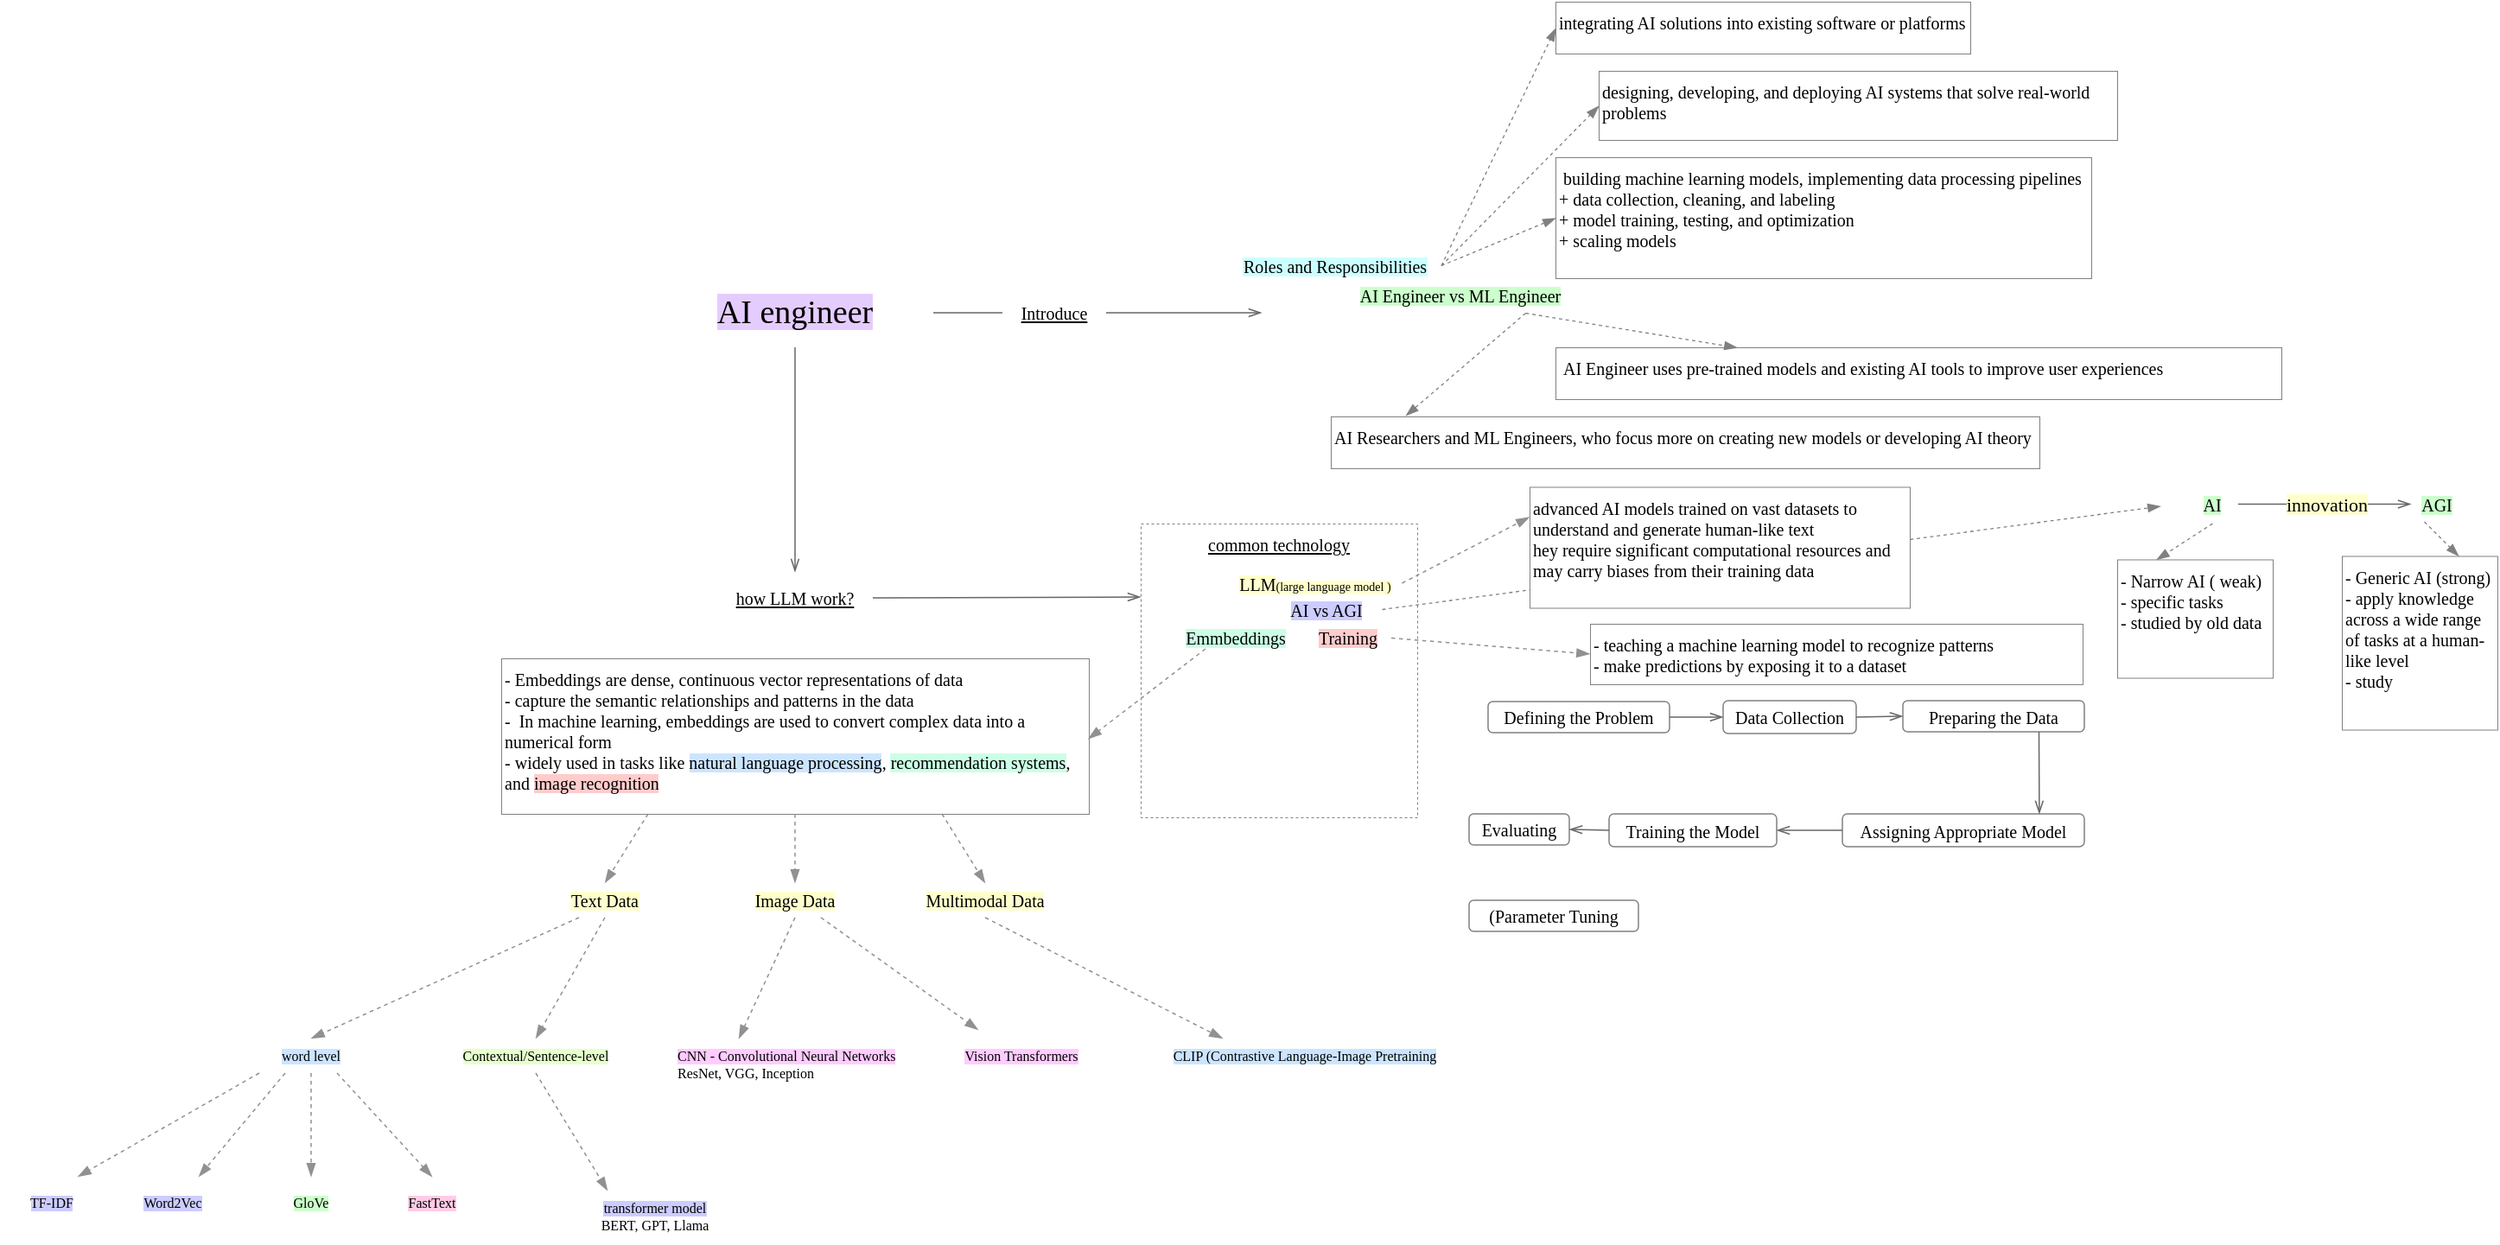
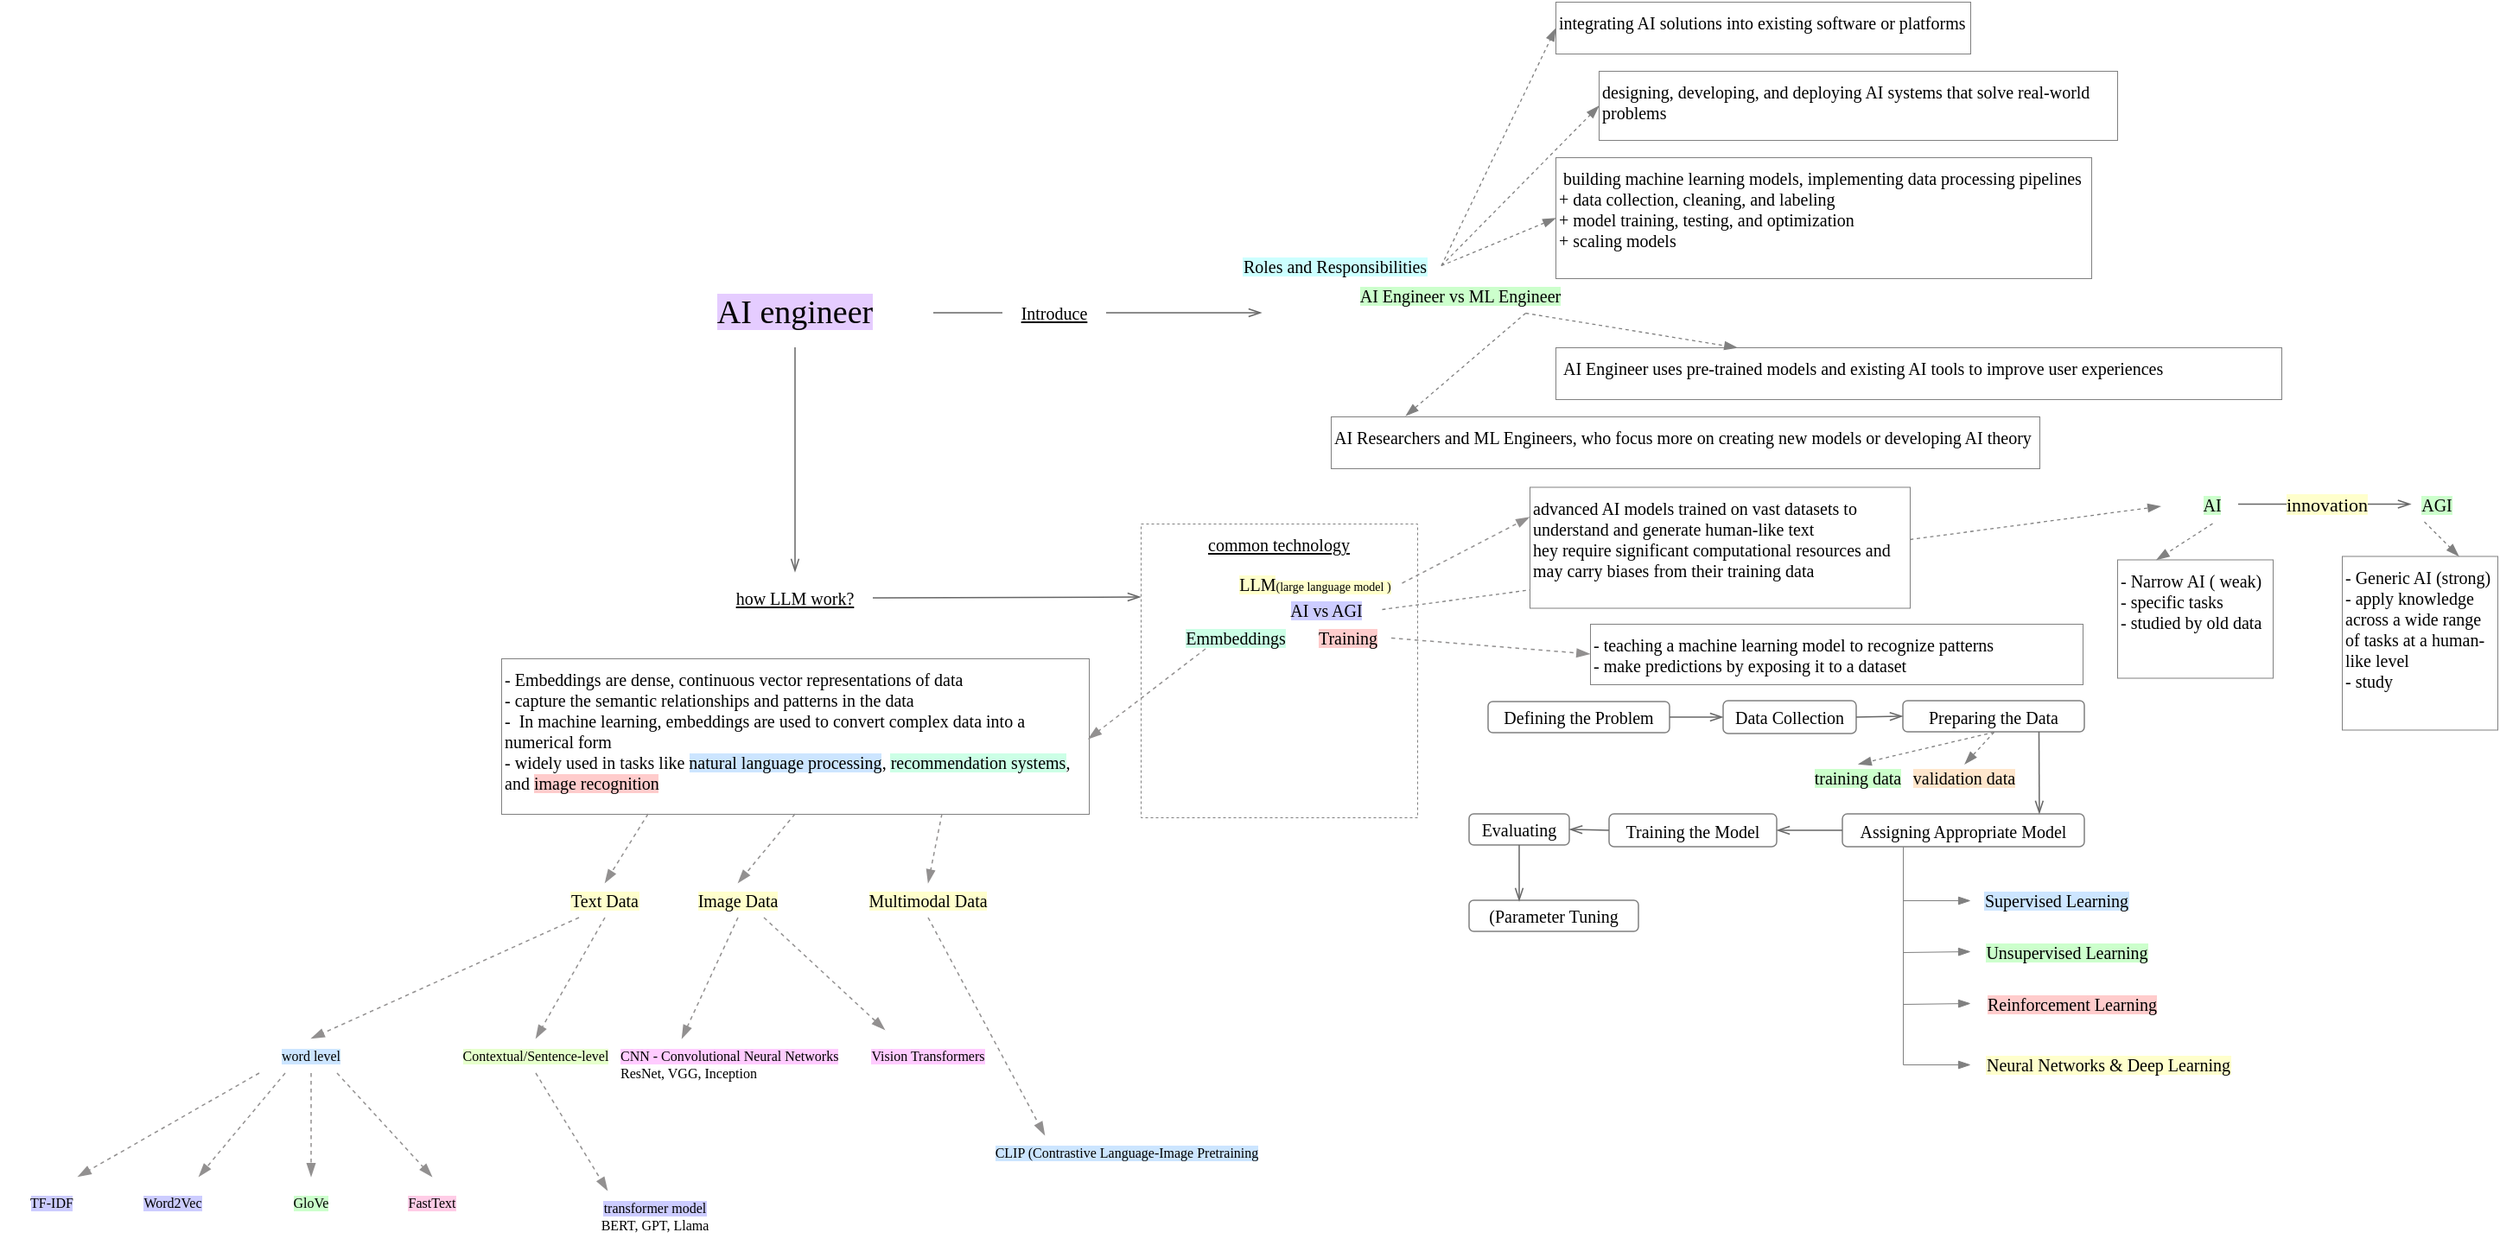
<mxfile host="app.diagrams.net" agent="Mozilla/5.0 (Macintosh; Intel Mac OS X 10_15_7) AppleWebKit/537.36 (KHTML, like Gecko) draw.io/29.3.0 Chrome/140.0.7339.249 Electron/38.7.2 Safari/537.36">
  <diagram name="Page-1" id="n3nyEJ4kgbD7jWuKOy95">
-     <mxGraphModel dx="365" dy="164" grid="0" gridSize="10" guides="1" tooltips="1" connect="1" arrows="1" fold="1" page="1" pageScale="1" pageWidth="827" pageHeight="1169" math="0" shadow="0">
+     <mxGraphModel dx="425" dy="190" grid="1" gridSize="10" guides="1" tooltips="1" connect="1" arrows="1" fold="1" page="1" pageScale="1" pageWidth="827" pageHeight="1169" math="0" shadow="0">
      <root>
        <mxCell id="0" />
        <mxCell id="1" parent="0" />
        <mxCell id="48Jv2C9wjBzbgeSbcpPr-1" parent="1" style="text;html=1;whiteSpace=wrap;strokeColor=none;fillColor=none;align=center;verticalAlign=middle;rounded=0;fontFamily=Comic Sans MS;fontSize=19;" value="&lt;span style=&quot;background-color: rgb(229, 204, 255);&quot;&gt;AI engineer&lt;/span&gt;" vertex="1">
          <mxGeometry height="40" width="160" x="400" y="360" as="geometry" />
        </mxCell>
        <mxCell id="48Jv2C9wjBzbgeSbcpPr-3" parent="1" style="text;html=1;whiteSpace=wrap;strokeColor=none;fillColor=none;align=center;verticalAlign=middle;rounded=0;fontFamily=Comic Sans MS;fontSize=10;fontStyle=4" value="how LLM work?" vertex="1">
          <mxGeometry height="30" width="90" x="435" y="530" as="geometry" />
        </mxCell>
        <mxCell id="48Jv2C9wjBzbgeSbcpPr-6" edge="1" parent="1" source="48Jv2C9wjBzbgeSbcpPr-1" style="endArrow=openThin;html=1;rounded=0;strokeWidth=0.75;endFill=0;strokeColor=#666666;exitX=0.5;exitY=1;exitDx=0;exitDy=0;entryX=0.5;entryY=0;entryDx=0;entryDy=0;fontFamily=Comic Sans MS;" target="48Jv2C9wjBzbgeSbcpPr-3" value="">
          <mxGeometry height="50" relative="1" width="50" as="geometry">
            <mxPoint x="390" y="450" as="sourcePoint" />
            <mxPoint x="440" y="400" as="targetPoint" />
          </mxGeometry>
        </mxCell>
        <mxCell id="48Jv2C9wjBzbgeSbcpPr-8" parent="1" style="text;html=1;whiteSpace=wrap;strokeColor=none;fillColor=none;align=center;verticalAlign=middle;rounded=0;fontFamily=Comic Sans MS;fontSize=10;fontStyle=4" value="Introduce" vertex="1">
          <mxGeometry height="30" width="60" x="600" y="365" as="geometry" />
        </mxCell>
        <mxCell id="48Jv2C9wjBzbgeSbcpPr-9" edge="1" parent="1" source="48Jv2C9wjBzbgeSbcpPr-1" style="endArrow=none;html=1;rounded=0;strokeWidth=0.75;endFill=0;strokeColor=#666666;entryX=0;entryY=0.5;entryDx=0;entryDy=0;exitX=1;exitY=0.5;exitDx=0;exitDy=0;fontFamily=Comic Sans MS;" target="48Jv2C9wjBzbgeSbcpPr-8" value="">
          <mxGeometry height="50" relative="1" width="50" as="geometry">
            <mxPoint x="390" y="450" as="sourcePoint" />
            <mxPoint x="440" y="400" as="targetPoint" />
          </mxGeometry>
        </mxCell>
        <mxCell id="48Jv2C9wjBzbgeSbcpPr-11" edge="1" parent="1" source="48Jv2C9wjBzbgeSbcpPr-8" style="endArrow=openThin;html=1;rounded=0;strokeWidth=0.75;endFill=0;strokeColor=#666666;exitX=1;exitY=0.5;exitDx=0;exitDy=0;fontFamily=Comic Sans MS;" value="">
          <mxGeometry height="50" relative="1" width="50" as="geometry">
            <mxPoint x="590" y="450" as="sourcePoint" />
            <mxPoint x="750" y="380" as="targetPoint" />
          </mxGeometry>
        </mxCell>
        <mxCell id="48Jv2C9wjBzbgeSbcpPr-13" parent="1" style="text;html=1;whiteSpace=wrap;strokeColor=none;fillColor=none;align=center;verticalAlign=middle;rounded=0;fontFamily=Comic Sans MS;fontSize=10;" value="&lt;div&gt;&lt;span style=&quot;background-color: rgb(204, 255, 255);&quot;&gt;Roles and Responsibilities&lt;/span&gt;&lt;/div&gt;" vertex="1">
          <mxGeometry height="15" width="122.5" x="731.25" y="345" as="geometry" />
        </mxCell>
        <mxCell id="48Jv2C9wjBzbgeSbcpPr-14" parent="1" style="rounded=0;whiteSpace=wrap;html=1;fontFamily=Comic Sans MS;strokeWidth=0.5;strokeColor=#808080;align=left;verticalAlign=top;fontSize=10;" value="designing, developing, and deploying AI systems that solve real-world problems" vertex="1">
          <mxGeometry height="40" width="300" x="945" y="240" as="geometry" />
        </mxCell>
        <mxCell id="48Jv2C9wjBzbgeSbcpPr-15" parent="1" style="rounded=0;whiteSpace=wrap;html=1;fontFamily=Comic Sans MS;strokeWidth=0.5;strokeColor=#808080;align=left;verticalAlign=top;fontSize=10;" value="&amp;nbsp;building machine learning models, implementing data processing pipelines&lt;div&gt;+&amp;nbsp;data collection, cleaning, and labeling&lt;/div&gt;&lt;div&gt;+&amp;nbsp;model training, testing, and optimization&lt;/div&gt;&lt;div&gt;+&amp;nbsp;scaling models&lt;/div&gt;" vertex="1">
          <mxGeometry height="70" width="310" x="920" y="290" as="geometry" />
        </mxCell>
        <mxCell id="48Jv2C9wjBzbgeSbcpPr-16" parent="1" style="rounded=0;whiteSpace=wrap;html=1;fontFamily=Comic Sans MS;strokeWidth=0.5;strokeColor=#808080;align=left;verticalAlign=top;fontSize=10;" value="integrating AI solutions into existing software or platforms" vertex="1">
          <mxGeometry height="30" width="240" x="920" y="200" as="geometry" />
        </mxCell>
        <mxCell id="48Jv2C9wjBzbgeSbcpPr-17" edge="1" parent="1" source="48Jv2C9wjBzbgeSbcpPr-13" style="endArrow=blockThin;html=1;rounded=0;strokeColor=#808080;endFill=1;strokeWidth=0.65;exitX=1;exitY=0.5;exitDx=0;exitDy=0;entryX=0;entryY=0.5;entryDx=0;entryDy=0;dashed=1;fontFamily=Comic Sans MS;" target="48Jv2C9wjBzbgeSbcpPr-15" value="">
          <mxGeometry height="50" relative="1" width="50" as="geometry">
            <mxPoint x="945" y="330" as="sourcePoint" />
            <mxPoint x="920" y="290" as="targetPoint" />
          </mxGeometry>
        </mxCell>
        <mxCell id="48Jv2C9wjBzbgeSbcpPr-18" edge="1" parent="1" source="48Jv2C9wjBzbgeSbcpPr-13" style="endArrow=blockThin;html=1;rounded=0;strokeColor=#808080;endFill=1;strokeWidth=0.65;exitX=1;exitY=0.5;exitDx=0;exitDy=0;entryX=0;entryY=0.5;entryDx=0;entryDy=0;dashed=1;fontFamily=Comic Sans MS;" target="48Jv2C9wjBzbgeSbcpPr-14" value="">
          <mxGeometry height="50" relative="1" width="50" as="geometry">
            <mxPoint x="945" y="330" as="sourcePoint" />
            <mxPoint x="920" y="290" as="targetPoint" />
          </mxGeometry>
        </mxCell>
        <mxCell id="48Jv2C9wjBzbgeSbcpPr-19" edge="1" parent="1" source="48Jv2C9wjBzbgeSbcpPr-13" style="endArrow=blockThin;html=1;rounded=0;strokeColor=#808080;endFill=1;strokeWidth=0.65;exitX=1;exitY=0.5;exitDx=0;exitDy=0;entryX=0;entryY=0.5;entryDx=0;entryDy=0;dashed=1;fontFamily=Comic Sans MS;" target="48Jv2C9wjBzbgeSbcpPr-16" value="">
          <mxGeometry height="50" relative="1" width="50" as="geometry">
            <mxPoint x="945" y="330" as="sourcePoint" />
            <mxPoint x="920" y="290" as="targetPoint" />
          </mxGeometry>
        </mxCell>
        <mxCell id="48Jv2C9wjBzbgeSbcpPr-20" parent="1" style="text;html=1;whiteSpace=wrap;strokeColor=none;fillColor=none;align=center;verticalAlign=middle;rounded=0;fontFamily=Comic Sans MS;fontSize=10;" value="&lt;span style=&quot;background-color: rgb(204, 255, 204);&quot;&gt;AI Engineer vs ML Engineer&lt;/span&gt;" vertex="1">
          <mxGeometry height="20" width="150" x="790" y="360" as="geometry" />
        </mxCell>
        <mxCell id="48Jv2C9wjBzbgeSbcpPr-21" parent="1" style="rounded=0;whiteSpace=wrap;html=1;fontFamily=Comic Sans MS;strokeWidth=0.5;strokeColor=#808080;align=left;verticalAlign=top;fontSize=10;" value="&amp;nbsp;AI Engineer uses pre-trained models and existing AI tools to improve user experiences" vertex="1">
          <mxGeometry height="30" width="420" x="920" y="400" as="geometry" />
        </mxCell>
        <mxCell id="48Jv2C9wjBzbgeSbcpPr-22" parent="1" style="rounded=0;whiteSpace=wrap;html=1;fontFamily=Comic Sans MS;strokeWidth=0.5;strokeColor=#808080;align=left;verticalAlign=top;fontSize=10;" value="AI Researchers and ML Engineers, who focus more on creating new models or developing AI theory" vertex="1">
          <mxGeometry height="30" width="410" x="790" y="440" as="geometry" />
        </mxCell>
        <mxCell id="48Jv2C9wjBzbgeSbcpPr-23" edge="1" parent="1" source="48Jv2C9wjBzbgeSbcpPr-20" style="endArrow=blockThin;html=1;rounded=0;strokeColor=#808080;endFill=1;strokeWidth=0.65;exitX=0.75;exitY=1;exitDx=0;exitDy=0;entryX=0.25;entryY=0;entryDx=0;entryDy=0;dashed=1;fontFamily=Comic Sans MS;" target="48Jv2C9wjBzbgeSbcpPr-21" value="">
          <mxGeometry height="50" relative="1" width="50" as="geometry">
            <mxPoint x="705" y="330" as="sourcePoint" />
            <mxPoint x="680" y="290" as="targetPoint" />
          </mxGeometry>
        </mxCell>
        <mxCell id="48Jv2C9wjBzbgeSbcpPr-24" edge="1" parent="1" source="48Jv2C9wjBzbgeSbcpPr-20" style="endArrow=blockThin;html=1;rounded=0;strokeColor=#808080;endFill=1;strokeWidth=0.65;exitX=0.75;exitY=1;exitDx=0;exitDy=0;entryX=0.105;entryY=-0.017;entryDx=0;entryDy=0;dashed=1;entryPerimeter=0;fontFamily=Comic Sans MS;" target="48Jv2C9wjBzbgeSbcpPr-22" value="">
          <mxGeometry height="50" relative="1" width="50" as="geometry">
            <mxPoint x="705" y="330" as="sourcePoint" />
            <mxPoint x="680" y="290" as="targetPoint" />
          </mxGeometry>
        </mxCell>
        <mxCell id="48Jv2C9wjBzbgeSbcpPr-25" parent="1" style="rounded=0;whiteSpace=wrap;html=1;fontFamily=Comic Sans MS;strokeWidth=0.5;strokeColor=#808080;align=center;verticalAlign=top;fontSize=10;dashed=1;" value="&lt;u&gt;common technology&lt;/u&gt;&lt;div&gt;&lt;br&gt;&lt;/div&gt;" vertex="1">
          <mxGeometry height="170" width="160" x="680" y="502" as="geometry" />
        </mxCell>
        <mxCell id="48Jv2C9wjBzbgeSbcpPr-27" parent="1" style="text;html=1;whiteSpace=wrap;strokeColor=none;fillColor=none;align=center;verticalAlign=middle;rounded=0;fontFamily=Comic Sans MS;fontSize=10;" value="&lt;span&gt;&lt;span style=&quot;background-color: light-dark(rgb(204, 204, 255), rgb(0, 43, 0));&quot;&gt;AI vs AGI&lt;/span&gt;&lt;br&gt;&lt;/span&gt;" vertex="1">
          <mxGeometry height="10" width="65" x="754.5" y="546.5" as="geometry" />
        </mxCell>
        <mxCell id="48Jv2C9wjBzbgeSbcpPr-28" edge="1" parent="1" source="48Jv2C9wjBzbgeSbcpPr-3" style="endArrow=openThin;html=1;rounded=0;strokeWidth=0.75;endFill=0;strokeColor=#666666;exitX=1;exitY=0.5;exitDx=0;exitDy=0;entryX=0;entryY=0.25;entryDx=0;entryDy=0;fontFamily=Comic Sans MS;" target="48Jv2C9wjBzbgeSbcpPr-25" value="">
          <mxGeometry height="50" relative="1" width="50" as="geometry">
            <mxPoint x="670" y="630" as="sourcePoint" />
            <mxPoint x="720" y="580" as="targetPoint" />
          </mxGeometry>
        </mxCell>
        <mxCell id="48Jv2C9wjBzbgeSbcpPr-31" edge="1" parent="1" source="48Jv2C9wjBzbgeSbcpPr-27" style="endArrow=blockThin;html=1;rounded=0;strokeColor=#808080;endFill=1;strokeWidth=0.65;exitX=1;exitY=0.5;exitDx=0;exitDy=0;dashed=1;fontFamily=Comic Sans MS;entryX=0;entryY=0.5;entryDx=0;entryDy=0;" value="">
          <mxGeometry height="50" relative="1" width="50" as="geometry">
            <mxPoint x="810" y="536" as="sourcePoint" />
            <mxPoint x="1270" y="491.7500000000001" as="targetPoint" />
          </mxGeometry>
        </mxCell>
        <mxCell id="48Jv2C9wjBzbgeSbcpPr-32" parent="1" style="text;html=1;whiteSpace=wrap;strokeColor=none;fillColor=none;align=center;verticalAlign=middle;rounded=0;fontFamily=Comic Sans MS;fontSize=10;" value="&lt;span style=&quot;background-color: rgb(204, 255, 204);&quot;&gt;&lt;span style=&quot;background-color: light-dark(rgb(204, 255, 204), rgb(0, 43, 0));&quot;&gt;AI&lt;/span&gt;&lt;br&gt;&lt;/span&gt;" vertex="1">
          <mxGeometry height="22" width="30" x="1285" y="479.75" as="geometry" />
        </mxCell>
        <mxCell id="48Jv2C9wjBzbgeSbcpPr-34" parent="1" style="text;html=1;whiteSpace=wrap;strokeColor=none;fillColor=none;align=center;verticalAlign=middle;rounded=0;fontFamily=Comic Sans MS;fontSize=10;" value="&lt;span style=&quot;background-color: rgb(204, 255, 204);&quot;&gt;AGI&lt;/span&gt;" vertex="1">
          <mxGeometry height="20" width="30" x="1415" y="480.75" as="geometry" />
        </mxCell>
        <mxCell id="48Jv2C9wjBzbgeSbcpPr-35" edge="1" parent="1" source="48Jv2C9wjBzbgeSbcpPr-32" style="endArrow=openThin;html=1;rounded=0;strokeWidth=0.75;endFill=0;strokeColor=#666666;exitX=1;exitY=0.5;exitDx=0;exitDy=0;fontFamily=Comic Sans MS;" target="48Jv2C9wjBzbgeSbcpPr-34" value="">
          <mxGeometry height="50" relative="1" width="50" as="geometry">
            <mxPoint x="1325" y="612.75" as="sourcePoint" />
            <mxPoint x="1375" y="562.75" as="targetPoint" />
          </mxGeometry>
        </mxCell>
        <mxCell id="48Jv2C9wjBzbgeSbcpPr-36" connectable="0" parent="48Jv2C9wjBzbgeSbcpPr-35" style="edgeLabel;html=1;align=center;verticalAlign=middle;resizable=0;points=[];fontFamily=Comic Sans MS;" value="&lt;span style=&quot;background-color: rgb(255, 255, 204);&quot;&gt;innovation&lt;/span&gt;" vertex="1">
          <mxGeometry relative="1" x="-0.312" as="geometry">
            <mxPoint x="16" as="offset" />
          </mxGeometry>
        </mxCell>
        <mxCell id="48Jv2C9wjBzbgeSbcpPr-37" parent="1" style="rounded=0;whiteSpace=wrap;html=1;fontFamily=Comic Sans MS;strokeWidth=0.5;strokeColor=#808080;align=left;verticalAlign=top;fontSize=10;" value="- Narrow AI ( weak)&lt;div&gt;-&amp;nbsp;specific tasks&lt;/div&gt;&lt;div&gt;- studied by old data&lt;/div&gt;" vertex="1">
          <mxGeometry height="68.5" width="90" x="1245" y="522.75" as="geometry" />
        </mxCell>
        <mxCell id="48Jv2C9wjBzbgeSbcpPr-38" parent="1" style="rounded=0;whiteSpace=wrap;html=1;fontFamily=Comic Sans MS;strokeWidth=0.5;strokeColor=#808080;align=left;verticalAlign=top;fontSize=10;" value="- Generic AI (strong)&lt;div&gt;-&amp;nbsp;apply knowledge across a wide range of tasks at a human-like level&lt;/div&gt;&lt;div&gt;- study&amp;nbsp;&lt;/div&gt;" vertex="1">
          <mxGeometry height="100.5" width="90" x="1375" y="520.75" as="geometry" />
        </mxCell>
        <mxCell id="48Jv2C9wjBzbgeSbcpPr-39" edge="1" parent="1" source="48Jv2C9wjBzbgeSbcpPr-34" style="endArrow=blockThin;html=1;rounded=0;strokeColor=#808080;endFill=1;strokeWidth=0.65;exitX=0.25;exitY=1;exitDx=0;exitDy=0;entryX=0.75;entryY=0;entryDx=0;entryDy=0;dashed=1;" target="48Jv2C9wjBzbgeSbcpPr-38" value="">
          <mxGeometry height="50" relative="1" width="50" as="geometry">
            <mxPoint x="1390" y="580.75" as="sourcePoint" />
            <mxPoint x="1365" y="540.75" as="targetPoint" />
          </mxGeometry>
        </mxCell>
        <mxCell id="48Jv2C9wjBzbgeSbcpPr-41" edge="1" parent="1" source="48Jv2C9wjBzbgeSbcpPr-32" style="endArrow=blockThin;html=1;rounded=0;strokeColor=#808080;endFill=1;strokeWidth=0.65;exitX=0.5;exitY=1;exitDx=0;exitDy=0;entryX=0.25;entryY=0;entryDx=0;entryDy=0;dashed=1;" target="48Jv2C9wjBzbgeSbcpPr-37" value="">
          <mxGeometry height="50" relative="1" width="50" as="geometry">
            <mxPoint x="1390" y="582.75" as="sourcePoint" />
            <mxPoint x="1365" y="542.75" as="targetPoint" />
          </mxGeometry>
        </mxCell>
        <mxCell id="4Kx2ZGOmUHy-jwn0eLsE-1" parent="1" style="text;html=1;whiteSpace=wrap;strokeColor=none;fillColor=none;align=center;verticalAlign=middle;rounded=0;" value="&lt;font face=&quot;Comic Sans MS&quot; style=&quot;background-color: rgb(255, 255, 204); font-size: 10px;&quot;&gt;LLM&lt;/font&gt;&lt;span style=&quot;background-color: rgb(255, 255, 204); font-size: 7px; font-family: &amp;quot;Comic Sans MS&amp;quot;; color: light-dark(rgb(0, 0, 0), rgb(255, 255, 255));&quot;&gt;(large language model )&lt;/span&gt;" vertex="1">
          <mxGeometry height="20" width="100" x="731.25" y="526.5" as="geometry" />
        </mxCell>
        <mxCell id="4Kx2ZGOmUHy-jwn0eLsE-2" parent="1" style="rounded=0;whiteSpace=wrap;html=1;align=left;verticalAlign=top;fontFamily=Comic Sans MS;strokeWidth=0.5;fontSize=10;strokeColor=#808080;" value="&lt;div&gt;&lt;div&gt;&lt;span style=&quot;background-color: transparent;&quot;&gt;advanced AI models trained on vast datasets to understand and generate human-like text&lt;/span&gt;&lt;/div&gt;&lt;/div&gt;&lt;div&gt;&lt;span style=&quot;background-color: transparent;&quot;&gt;hey require significant computational resources and may carry biases from their training data&lt;/span&gt;&lt;/div&gt;" vertex="1">
          <mxGeometry height="70" width="220" x="905" y="480.75" as="geometry" />
        </mxCell>
        <mxCell id="4Kx2ZGOmUHy-jwn0eLsE-3" edge="1" parent="1" source="4Kx2ZGOmUHy-jwn0eLsE-1" style="endArrow=blockThin;html=1;rounded=0;endFill=1;strokeColor=light-dark(#929090, #ededed);strokeWidth=0.75;dashed=1;exitX=1;exitY=0.5;exitDx=0;exitDy=0;entryX=0;entryY=0.25;entryDx=0;entryDy=0;" target="4Kx2ZGOmUHy-jwn0eLsE-2" value="">
          <mxGeometry height="50" relative="1" width="50" as="geometry">
            <mxPoint x="710" y="550" as="sourcePoint" />
            <mxPoint x="760" y="500" as="targetPoint" />
          </mxGeometry>
        </mxCell>
        <mxCell id="4Kx2ZGOmUHy-jwn0eLsE-4" parent="1" style="text;html=1;whiteSpace=wrap;strokeColor=none;fillColor=none;align=center;verticalAlign=middle;rounded=0;fontFamily=Comic Sans MS;fontSize=10;" value="&lt;span&gt;&lt;span style=&quot;background-color: light-dark(rgb(204, 255, 230), rgb(0, 43, 0));&quot;&gt;Emmbeddings&lt;/span&gt;&lt;br&gt;&lt;/span&gt;" vertex="1">
          <mxGeometry height="14" width="70" x="700" y="560.5" as="geometry" />
        </mxCell>
        <mxCell id="4Kx2ZGOmUHy-jwn0eLsE-5" parent="1" style="rounded=0;whiteSpace=wrap;html=1;align=left;verticalAlign=top;fontFamily=Comic Sans MS;strokeWidth=0.5;fontSize=10;strokeColor=#808080;" value="&lt;div&gt;&lt;div&gt;&lt;span style=&quot;background-color: transparent;&quot;&gt;- Embeddings are dense, continuous vector representations of data&lt;/span&gt;&lt;/div&gt;&lt;/div&gt;&lt;div&gt;&lt;span style=&quot;background-color: transparent;&quot;&gt;-&amp;nbsp;&lt;/span&gt;&lt;span style=&quot;background-color: transparent;&quot;&gt;capture the semantic relationships and patterns in the data&lt;/span&gt;&lt;/div&gt;&lt;div&gt;&lt;span style=&quot;background-color: transparent;&quot;&gt;-&amp;nbsp;&lt;/span&gt;&lt;span style=&quot;background-color: transparent;&quot;&gt;&amp;nbsp;In machine learning, embeddings are used to convert complex data into a numerical form&lt;/span&gt;&lt;/div&gt;&lt;div&gt;&lt;span style=&quot;background-color: transparent;&quot;&gt;-&amp;nbsp;&lt;/span&gt;&lt;span style=&quot;background-color: transparent;&quot;&gt;widely used in tasks like &lt;/span&gt;&lt;span style=&quot;background-color: rgb(204, 229, 255);&quot;&gt;natural language processing&lt;/span&gt;&lt;span style=&quot;background-color: transparent;&quot;&gt;, &lt;/span&gt;&lt;span style=&quot;background-color: rgb(204, 255, 230);&quot;&gt;recommendation systems&lt;/span&gt;&lt;span style=&quot;background-color: transparent;&quot;&gt;, and &lt;/span&gt;&lt;span style=&quot;background-color: rgb(255, 204, 204);&quot;&gt;image recognition&lt;/span&gt;&lt;/div&gt;" vertex="1">
          <mxGeometry height="90" width="340" x="310" y="580" as="geometry" />
        </mxCell>
        <mxCell id="4Kx2ZGOmUHy-jwn0eLsE-6" parent="1" style="text;html=1;whiteSpace=wrap;strokeColor=none;fillColor=none;align=center;verticalAlign=middle;rounded=0;fontSize=10;" value="&lt;font face=&quot;Comic Sans MS&quot; style=&quot;background-color: rgb(255, 204, 204);&quot;&gt;Training&lt;/font&gt;" vertex="1">
          <mxGeometry height="13.5" width="50" x="775" y="561.5" as="geometry" />
        </mxCell>
        <mxCell id="4Kx2ZGOmUHy-jwn0eLsE-7" edge="1" parent="1" source="4Kx2ZGOmUHy-jwn0eLsE-4" style="endArrow=blockThin;html=1;rounded=0;endFill=1;strokeColor=light-dark(#929090, #ededed);strokeWidth=0.75;dashed=1;exitX=0.25;exitY=1;exitDx=0;exitDy=0;entryX=0.999;entryY=0.518;entryDx=0;entryDy=0;entryPerimeter=0;" target="4Kx2ZGOmUHy-jwn0eLsE-5" value="">
          <mxGeometry height="50" relative="1" width="50" as="geometry">
            <mxPoint x="620" y="640" as="sourcePoint" />
            <mxPoint x="670" y="590" as="targetPoint" />
          </mxGeometry>
        </mxCell>
        <mxCell id="4Kx2ZGOmUHy-jwn0eLsE-8" parent="1" style="rounded=0;whiteSpace=wrap;html=1;align=left;verticalAlign=top;fontFamily=Comic Sans MS;strokeWidth=0.5;fontSize=10;strokeColor=#808080;" value="&lt;div&gt;&lt;span style=&quot;background-color: transparent; color: light-dark(rgb(0, 0, 0), rgb(255, 255, 255));&quot;&gt;-&amp;nbsp;teaching a machine learning model to recognize patterns&lt;/span&gt;&lt;/div&gt;&lt;div&gt;-&amp;nbsp;make predictions by exposing it to a dataset&lt;/div&gt;" vertex="1">
          <mxGeometry height="35" width="285" x="940" y="560" as="geometry" />
        </mxCell>
        <mxCell id="4Kx2ZGOmUHy-jwn0eLsE-10" edge="1" parent="1" source="4Kx2ZGOmUHy-jwn0eLsE-6" style="endArrow=blockThin;html=1;rounded=0;endFill=1;strokeColor=light-dark(#929090, #ededed);strokeWidth=0.75;dashed=1;exitX=1;exitY=0.5;exitDx=0;exitDy=0;entryX=0;entryY=0.5;entryDx=0;entryDy=0;" target="4Kx2ZGOmUHy-jwn0eLsE-8" value="">
          <mxGeometry height="50" relative="1" width="50" as="geometry">
            <mxPoint x="950" y="590" as="sourcePoint" />
            <mxPoint x="1000" y="540" as="targetPoint" />
          </mxGeometry>
        </mxCell>
        <mxCell id="4Kx2ZGOmUHy-jwn0eLsE-11" parent="1" style="text;html=1;whiteSpace=wrap;strokeColor=none;fillColor=none;align=center;verticalAlign=middle;rounded=0;fontSize=10;" value="&lt;font face=&quot;Comic Sans MS&quot; style=&quot;background-color: rgb(255, 255, 204);&quot;&gt;Text Data&lt;/font&gt;" vertex="1">
          <mxGeometry height="20" width="60" x="340" y="710" as="geometry" />
        </mxCell>
        <mxCell id="4Kx2ZGOmUHy-jwn0eLsE-12" parent="1" style="text;html=1;whiteSpace=wrap;strokeColor=none;fillColor=none;align=center;verticalAlign=middle;rounded=0;fontSize=10;" value="&lt;font face=&quot;Comic Sans MS&quot; style=&quot;background-color: rgb(255, 255, 204);&quot;&gt;Image Data&lt;/font&gt;" vertex="1">
-           <mxGeometry height="20" width="60" x="450" y="710" as="geometry" />
+           <mxGeometry height="20" width="60" x="417" y="710" as="geometry" />
        </mxCell>
        <mxCell id="4Kx2ZGOmUHy-jwn0eLsE-13" parent="1" style="text;html=1;whiteSpace=wrap;strokeColor=none;fillColor=none;align=center;verticalAlign=middle;rounded=0;fontSize=10;" value="&lt;font face=&quot;Comic Sans MS&quot; style=&quot;background-color: rgb(255, 255, 204);&quot;&gt;Multimodal&amp;nbsp;Data&lt;/font&gt;" vertex="1">
-           <mxGeometry height="20" width="60" x="560" y="710" as="geometry" />
+           <mxGeometry height="20" width="60" x="527" y="710" as="geometry" />
        </mxCell>
        <mxCell id="4Kx2ZGOmUHy-jwn0eLsE-14" edge="1" parent="1" source="4Kx2ZGOmUHy-jwn0eLsE-5" style="endArrow=blockThin;html=1;rounded=0;endFill=1;strokeColor=light-dark(#929090, #ededed);strokeWidth=0.75;dashed=1;entryX=0.5;entryY=0;entryDx=0;entryDy=0;exitX=0.75;exitY=1;exitDx=0;exitDy=0;" target="4Kx2ZGOmUHy-jwn0eLsE-13" value="">
          <mxGeometry height="50" relative="1" width="50" as="geometry">
            <mxPoint x="410" y="700" as="sourcePoint" />
            <mxPoint x="460" y="650" as="targetPoint" />
          </mxGeometry>
        </mxCell>
        <mxCell id="4Kx2ZGOmUHy-jwn0eLsE-15" edge="1" parent="1" source="4Kx2ZGOmUHy-jwn0eLsE-5" style="endArrow=blockThin;html=1;rounded=0;endFill=1;strokeColor=light-dark(#929090, #ededed);strokeWidth=0.75;dashed=1;entryX=0.5;entryY=0;entryDx=0;entryDy=0;exitX=0.5;exitY=1;exitDx=0;exitDy=0;" target="4Kx2ZGOmUHy-jwn0eLsE-12" value="">
          <mxGeometry height="50" relative="1" width="50" as="geometry">
            <mxPoint x="410" y="700" as="sourcePoint" />
            <mxPoint x="460" y="650" as="targetPoint" />
          </mxGeometry>
        </mxCell>
        <mxCell id="4Kx2ZGOmUHy-jwn0eLsE-16" edge="1" parent="1" source="4Kx2ZGOmUHy-jwn0eLsE-5" style="endArrow=blockThin;html=1;rounded=0;endFill=1;strokeColor=light-dark(#929090, #ededed);strokeWidth=0.75;dashed=1;entryX=0.5;entryY=0;entryDx=0;entryDy=0;exitX=0.25;exitY=1;exitDx=0;exitDy=0;" target="4Kx2ZGOmUHy-jwn0eLsE-11" value="">
          <mxGeometry height="50" relative="1" width="50" as="geometry">
            <mxPoint x="410" y="700" as="sourcePoint" />
            <mxPoint x="460" y="650" as="targetPoint" />
          </mxGeometry>
        </mxCell>
        <mxCell id="4Kx2ZGOmUHy-jwn0eLsE-17" parent="1" style="text;html=1;whiteSpace=wrap;strokeColor=none;fillColor=none;align=center;verticalAlign=middle;rounded=0;fontSize=8;" value="&lt;font face=&quot;Comic Sans MS&quot; style=&quot;background-color: rgb(204, 229, 255);&quot;&gt;word level&lt;/font&gt;" vertex="1">
          <mxGeometry height="20" width="60" x="170" y="800" as="geometry" />
        </mxCell>
        <mxCell id="4Kx2ZGOmUHy-jwn0eLsE-18" parent="1" style="text;html=1;whiteSpace=wrap;strokeColor=none;fillColor=none;align=center;verticalAlign=middle;rounded=0;fontSize=8;fontStyle=0" value="&lt;font face=&quot;Comic Sans MS&quot; style=&quot;background-color: rgb(204, 204, 255);&quot;&gt;Word2Vec&lt;/font&gt;" vertex="1">
          <mxGeometry height="30" width="60" x="90" y="879.9999999999995" as="geometry" />
        </mxCell>
        <mxCell id="4Kx2ZGOmUHy-jwn0eLsE-19" parent="1" style="text;html=1;whiteSpace=wrap;strokeColor=none;fillColor=none;align=center;verticalAlign=middle;rounded=0;fontSize=8;fontStyle=0" value="&lt;font face=&quot;Comic Sans MS&quot; style=&quot;background-color: rgb(204, 255, 204);&quot;&gt;GloVe&lt;/font&gt;" vertex="1">
          <mxGeometry height="30" width="60" x="170" y="879.9999999999995" as="geometry" />
        </mxCell>
        <mxCell id="4Kx2ZGOmUHy-jwn0eLsE-20" parent="1" style="text;html=1;whiteSpace=wrap;strokeColor=none;fillColor=none;align=center;verticalAlign=middle;rounded=0;fontSize=8;fontStyle=0" value="&lt;font face=&quot;Comic Sans MS&quot; style=&quot;background-color: rgb(255, 204, 230);&quot;&gt;FastText&lt;/font&gt;" vertex="1">
          <mxGeometry height="30" width="60" x="240" y="879.9999999999995" as="geometry" />
        </mxCell>
        <mxCell id="4Kx2ZGOmUHy-jwn0eLsE-21" edge="1" parent="1" source="4Kx2ZGOmUHy-jwn0eLsE-17" style="endArrow=blockThin;html=1;rounded=0;endFill=1;strokeColor=light-dark(#929090, #ededed);strokeWidth=0.75;dashed=1;exitX=0.75;exitY=1;exitDx=0;exitDy=0;entryX=0.5;entryY=0;entryDx=0;entryDy=0;fontSize=8;" target="4Kx2ZGOmUHy-jwn0eLsE-20" value="">
          <mxGeometry height="50" relative="1" width="50" as="geometry">
            <mxPoint x="270" y="840" as="sourcePoint" />
            <mxPoint x="320" y="790" as="targetPoint" />
          </mxGeometry>
        </mxCell>
        <mxCell id="4Kx2ZGOmUHy-jwn0eLsE-22" edge="1" parent="1" source="4Kx2ZGOmUHy-jwn0eLsE-17" style="endArrow=blockThin;html=1;rounded=0;endFill=1;strokeColor=light-dark(#929090, #ededed);strokeWidth=0.75;dashed=1;exitX=0.5;exitY=1;exitDx=0;exitDy=0;fontSize=8;" target="4Kx2ZGOmUHy-jwn0eLsE-19" value="">
          <mxGeometry height="50" relative="1" width="50" as="geometry">
            <mxPoint x="240" y="840" as="sourcePoint" />
            <mxPoint x="295" y="900" as="targetPoint" />
          </mxGeometry>
        </mxCell>
        <mxCell id="4Kx2ZGOmUHy-jwn0eLsE-23" edge="1" parent="1" source="4Kx2ZGOmUHy-jwn0eLsE-17" style="endArrow=blockThin;html=1;rounded=0;endFill=1;strokeColor=light-dark(#929090, #ededed);strokeWidth=0.75;dashed=1;exitX=0.25;exitY=1;exitDx=0;exitDy=0;entryX=0.75;entryY=0;entryDx=0;entryDy=0;fontSize=8;" target="4Kx2ZGOmUHy-jwn0eLsE-18" value="">
          <mxGeometry height="50" relative="1" width="50" as="geometry">
            <mxPoint x="190" y="830" as="sourcePoint" />
            <mxPoint x="190" y="890" as="targetPoint" />
          </mxGeometry>
        </mxCell>
        <mxCell id="4Kx2ZGOmUHy-jwn0eLsE-24" parent="1" style="text;html=1;whiteSpace=wrap;strokeColor=none;fillColor=none;align=center;verticalAlign=middle;rounded=0;fontSize=8;" value="&lt;font face=&quot;Comic Sans MS&quot; style=&quot;background-color: rgb(230, 255, 204);&quot;&gt;Contextual/Sentence-level&lt;/font&gt;" vertex="1">
          <mxGeometry height="20" width="140" x="260" y="800" as="geometry" />
        </mxCell>
        <mxCell id="4Kx2ZGOmUHy-jwn0eLsE-25" parent="1" style="text;html=1;whiteSpace=wrap;strokeColor=none;fillColor=none;align=center;verticalAlign=middle;rounded=0;fontSize=8;" value="&lt;font face=&quot;Comic Sans MS&quot;&gt;&lt;span style=&quot;background-color: rgb(204, 204, 255);&quot;&gt;transformer model&lt;/span&gt;&lt;br&gt;&lt;font&gt;BERT, GPT, Llama&lt;/font&gt;&lt;/font&gt;" vertex="1">
          <mxGeometry height="30" width="110" x="344" y="888" as="geometry" />
        </mxCell>
        <mxCell id="4Kx2ZGOmUHy-jwn0eLsE-26" edge="1" parent="1" source="4Kx2ZGOmUHy-jwn0eLsE-24" style="endArrow=blockThin;html=1;rounded=0;endFill=1;strokeColor=light-dark(#929090, #ededed);strokeWidth=0.75;dashed=1;entryX=0.25;entryY=0;entryDx=0;entryDy=0;exitX=0.5;exitY=1;exitDx=0;exitDy=0;fontSize=8;" target="4Kx2ZGOmUHy-jwn0eLsE-25" value="">
          <mxGeometry height="50" relative="1" width="50" as="geometry">
            <mxPoint x="360" y="890" as="sourcePoint" />
            <mxPoint x="410" y="840" as="targetPoint" />
          </mxGeometry>
        </mxCell>
        <mxCell id="4Kx2ZGOmUHy-jwn0eLsE-27" edge="1" parent="1" source="4Kx2ZGOmUHy-jwn0eLsE-11" style="endArrow=blockThin;html=1;rounded=0;endFill=1;strokeColor=light-dark(#929090, #ededed);strokeWidth=0.75;dashed=1;exitX=0.25;exitY=1;exitDx=0;exitDy=0;entryX=0.5;entryY=0;entryDx=0;entryDy=0;" target="4Kx2ZGOmUHy-jwn0eLsE-17" value="">
          <mxGeometry height="50" relative="1" width="50" as="geometry">
            <mxPoint x="330" y="900" as="sourcePoint" />
            <mxPoint x="380" y="850" as="targetPoint" />
          </mxGeometry>
        </mxCell>
        <mxCell id="4Kx2ZGOmUHy-jwn0eLsE-28" edge="1" parent="1" source="4Kx2ZGOmUHy-jwn0eLsE-11" style="endArrow=blockThin;html=1;rounded=0;endFill=1;strokeColor=light-dark(#929090, #ededed);strokeWidth=0.75;dashed=1;entryX=0.5;entryY=0;entryDx=0;entryDy=0;exitX=0.5;exitY=1;exitDx=0;exitDy=0;" target="4Kx2ZGOmUHy-jwn0eLsE-24" value="">
          <mxGeometry height="50" relative="1" width="50" as="geometry">
            <mxPoint x="330" y="900" as="sourcePoint" />
            <mxPoint x="380" y="850" as="targetPoint" />
          </mxGeometry>
        </mxCell>
        <mxCell id="4Kx2ZGOmUHy-jwn0eLsE-29" parent="1" style="text;html=1;whiteSpace=wrap;strokeColor=none;fillColor=none;align=left;verticalAlign=middle;rounded=0;fontSize=8;" value="&lt;font face=&quot;Comic Sans MS&quot;&gt;&lt;span style=&quot;background-color: rgb(255, 204, 255);&quot;&gt;CNN - Convolutional Neural Networks&lt;/span&gt;&lt;br&gt;&lt;span&gt;ResNet, VGG, Inception&lt;/span&gt;&lt;/font&gt;" vertex="1">
-           <mxGeometry height="30" width="150" x="410" y="800" as="geometry" />
+           <mxGeometry height="30" width="150" x="377" y="800" as="geometry" />
        </mxCell>
        <mxCell id="4Kx2ZGOmUHy-jwn0eLsE-30" parent="1" style="text;html=1;whiteSpace=wrap;strokeColor=none;fillColor=none;align=center;verticalAlign=middle;rounded=0;fontSize=8;" value="&lt;font face=&quot;Comic Sans MS&quot; style=&quot;background-color: rgb(255, 204, 255);&quot;&gt;Vision Transformers&lt;/font&gt;" vertex="1">
-           <mxGeometry height="30" width="100" x="561" y="795" as="geometry" />
+           <mxGeometry height="30" width="100" x="507" y="795" as="geometry" />
        </mxCell>
        <mxCell id="4Kx2ZGOmUHy-jwn0eLsE-31" edge="1" parent="1" source="4Kx2ZGOmUHy-jwn0eLsE-12" style="endArrow=blockThin;html=1;rounded=0;endFill=1;strokeColor=light-dark(#929090, #ededed);strokeWidth=0.75;dashed=1;exitX=0.5;exitY=1;exitDx=0;exitDy=0;entryX=0.25;entryY=0;entryDx=0;entryDy=0;" target="4Kx2ZGOmUHy-jwn0eLsE-29" value="">
          <mxGeometry height="50" relative="1" width="50" as="geometry">
-             <mxPoint x="400" y="890" as="sourcePoint" />
-             <mxPoint x="450" y="840" as="targetPoint" />
+             <mxPoint x="367" y="890" as="sourcePoint" />
+             <mxPoint x="417" y="840" as="targetPoint" />
          </mxGeometry>
        </mxCell>
        <mxCell id="4Kx2ZGOmUHy-jwn0eLsE-32" edge="1" parent="1" source="4Kx2ZGOmUHy-jwn0eLsE-12" style="endArrow=blockThin;html=1;rounded=0;endFill=1;strokeColor=light-dark(#929090, #ededed);strokeWidth=0.75;dashed=1;entryX=0.25;entryY=0;entryDx=0;entryDy=0;exitX=0.75;exitY=1;exitDx=0;exitDy=0;" target="4Kx2ZGOmUHy-jwn0eLsE-30" value="">
          <mxGeometry height="50" relative="1" width="50" as="geometry">
-             <mxPoint x="400" y="890" as="sourcePoint" />
-             <mxPoint x="450" y="840" as="targetPoint" />
+             <mxPoint x="367" y="890" as="sourcePoint" />
+             <mxPoint x="417" y="840" as="targetPoint" />
          </mxGeometry>
        </mxCell>
        <mxCell id="4Kx2ZGOmUHy-jwn0eLsE-33" parent="1" style="text;html=1;whiteSpace=wrap;strokeColor=none;fillColor=none;align=center;verticalAlign=middle;rounded=0;fontSize=8;" value="&lt;font face=&quot;Comic Sans MS&quot; style=&quot;background-color: rgb(204, 229, 255);&quot;&gt;CLIP (Contrastive Language-Image Pretraining&lt;/font&gt;" vertex="1">
-           <mxGeometry height="20" width="190" x="680" y="800" as="geometry" />
+           <mxGeometry height="20" width="190" x="577" y="856" as="geometry" />
        </mxCell>
        <mxCell id="4Kx2ZGOmUHy-jwn0eLsE-34" edge="1" parent="1" source="4Kx2ZGOmUHy-jwn0eLsE-13" style="endArrow=blockThin;html=1;rounded=0;endFill=1;strokeColor=light-dark(#929090, #ededed);strokeWidth=0.75;dashed=1;entryX=0.25;entryY=0;entryDx=0;entryDy=0;exitX=0.5;exitY=1;exitDx=0;exitDy=0;" target="4Kx2ZGOmUHy-jwn0eLsE-33" value="">
          <mxGeometry height="50" relative="1" width="50" as="geometry">
-             <mxPoint x="380" y="780" as="sourcePoint" />
-             <mxPoint x="430" y="730" as="targetPoint" />
+             <mxPoint x="347" y="780" as="sourcePoint" />
+             <mxPoint x="397" y="730" as="targetPoint" />
          </mxGeometry>
        </mxCell>
        <mxCell id="4Kx2ZGOmUHy-jwn0eLsE-35" parent="1" style="text;html=1;whiteSpace=wrap;strokeColor=none;fillColor=none;align=center;verticalAlign=middle;rounded=0;fontSize=8;fontStyle=0" value="&lt;font face=&quot;Comic Sans MS&quot; style=&quot;background-color: rgb(204, 204, 255);&quot;&gt;TF-IDF&lt;/font&gt;" vertex="1">
          <mxGeometry height="30" width="60" x="20" y="880" as="geometry" />
        </mxCell>
        <mxCell id="4Kx2ZGOmUHy-jwn0eLsE-36" edge="1" parent="1" source="4Kx2ZGOmUHy-jwn0eLsE-17" style="endArrow=blockThin;html=1;rounded=0;endFill=1;strokeColor=light-dark(#929090, #ededed);strokeWidth=0.75;dashed=1;exitX=0;exitY=1;exitDx=0;exitDy=0;entryX=0.75;entryY=0;entryDx=0;entryDy=0;" target="4Kx2ZGOmUHy-jwn0eLsE-35" value="">
          <mxGeometry height="50" relative="1" width="50" as="geometry">
            <mxPoint x="140" y="780" as="sourcePoint" />
            <mxPoint x="190" y="730" as="targetPoint" />
          </mxGeometry>
        </mxCell>
        <mxCell id="V7DRn1bYesRj_FAgbpVT-1" parent="1" style="rounded=1;whiteSpace=wrap;html=1;strokeColor=#808080;fontFamily=Comic Sans MS;strokeWidth=0.75;fontSize=10;" value="Defining the Problem" vertex="1">
          <mxGeometry height="18" width="105" x="881" y="605" as="geometry" />
        </mxCell>
        <mxCell id="V7DRn1bYesRj_FAgbpVT-5" parent="1" style="rounded=1;whiteSpace=wrap;html=1;strokeColor=#808080;fontFamily=Comic Sans MS;strokeWidth=0.75;fontSize=10;" value="Data Collection" vertex="1">
          <mxGeometry height="19" width="77" x="1017" y="604.5" as="geometry" />
        </mxCell>
        <mxCell id="V7DRn1bYesRj_FAgbpVT-7" parent="1" style="rounded=1;whiteSpace=wrap;html=1;strokeColor=#808080;fontFamily=Comic Sans MS;strokeWidth=0.75;fontSize=10;" value="Preparing the Data" vertex="1">
          <mxGeometry height="18" width="105" x="1121" y="604.5" as="geometry" />
        </mxCell>
        <mxCell id="V7DRn1bYesRj_FAgbpVT-8" parent="1" style="rounded=1;whiteSpace=wrap;html=1;strokeColor=#808080;fontFamily=Comic Sans MS;strokeWidth=0.75;fontSize=10;" value="Assigning Appropriate Model" vertex="1">
          <mxGeometry height="19" width="140" x="1086" y="670" as="geometry" />
        </mxCell>
        <mxCell id="V7DRn1bYesRj_FAgbpVT-9" parent="1" style="rounded=1;whiteSpace=wrap;html=1;strokeColor=#808080;fontFamily=Comic Sans MS;strokeWidth=0.75;fontSize=10;" value="Training the Model" vertex="1">
          <mxGeometry height="19" width="97" x="951" y="670" as="geometry" />
        </mxCell>
        <mxCell id="V7DRn1bYesRj_FAgbpVT-10" parent="1" style="rounded=1;whiteSpace=wrap;html=1;strokeColor=#808080;fontFamily=Comic Sans MS;strokeWidth=0.75;fontSize=10;" value="Evaluating" vertex="1">
          <mxGeometry height="18" width="58" x="870" y="670" as="geometry" />
        </mxCell>
        <mxCell id="V7DRn1bYesRj_FAgbpVT-11" parent="1" style="rounded=1;whiteSpace=wrap;html=1;strokeColor=#808080;fontFamily=Comic Sans MS;strokeWidth=0.75;fontSize=10;" value="(Parameter Tuning" vertex="1">
          <mxGeometry height="18" width="98" x="870" y="720" as="geometry" />
        </mxCell>
        <mxCell id="V7DRn1bYesRj_FAgbpVT-12" edge="1" parent="1" source="V7DRn1bYesRj_FAgbpVT-1" style="endArrow=openThin;html=1;rounded=0;strokeWidth=0.75;endFill=0;strokeColor=#666666;entryX=0;entryY=0.5;entryDx=0;entryDy=0;exitX=1;exitY=0.5;exitDx=0;exitDy=0;" target="V7DRn1bYesRj_FAgbpVT-5" value="">
          <mxGeometry height="50" relative="1" width="50" as="geometry">
            <mxPoint x="955" y="695" as="sourcePoint" />
            <mxPoint x="1005" y="645" as="targetPoint" />
          </mxGeometry>
        </mxCell>
        <mxCell id="V7DRn1bYesRj_FAgbpVT-13" edge="1" parent="1" source="V7DRn1bYesRj_FAgbpVT-5" style="endArrow=openThin;html=1;rounded=0;strokeWidth=0.75;endFill=0;strokeColor=#666666;entryX=0;entryY=0.5;entryDx=0;entryDy=0;exitX=1;exitY=0.5;exitDx=0;exitDy=0;" target="V7DRn1bYesRj_FAgbpVT-7" value="">
          <mxGeometry height="50" relative="1" width="50" as="geometry">
            <mxPoint x="955" y="695" as="sourcePoint" />
            <mxPoint x="1005" y="645" as="targetPoint" />
          </mxGeometry>
        </mxCell>
        <mxCell id="V7DRn1bYesRj_FAgbpVT-14" edge="1" parent="1" source="V7DRn1bYesRj_FAgbpVT-7" style="endArrow=openThin;html=1;rounded=0;strokeWidth=0.75;endFill=0;strokeColor=#666666;exitX=0.75;exitY=1;exitDx=0;exitDy=0;entryX=0.814;entryY=0;entryDx=0;entryDy=0;entryPerimeter=0;" target="V7DRn1bYesRj_FAgbpVT-8" value="">
          <mxGeometry height="50" relative="1" width="50" as="geometry">
            <mxPoint x="1179" y="652" as="sourcePoint" />
            <mxPoint x="1229" y="602" as="targetPoint" />
          </mxGeometry>
        </mxCell>
        <mxCell id="V7DRn1bYesRj_FAgbpVT-15" edge="1" parent="1" source="V7DRn1bYesRj_FAgbpVT-8" style="endArrow=openThin;html=1;rounded=0;strokeWidth=0.75;endFill=0;strokeColor=#666666;exitX=0;exitY=0.5;exitDx=0;exitDy=0;entryX=1;entryY=0.5;entryDx=0;entryDy=0;" target="V7DRn1bYesRj_FAgbpVT-9" value="">
          <mxGeometry height="50" relative="1" width="50" as="geometry">
            <mxPoint x="1020" y="652" as="sourcePoint" />
            <mxPoint x="1070" y="602" as="targetPoint" />
          </mxGeometry>
        </mxCell>
        <mxCell id="V7DRn1bYesRj_FAgbpVT-16" edge="1" parent="1" source="V7DRn1bYesRj_FAgbpVT-9" style="endArrow=openThin;html=1;rounded=0;strokeWidth=0.75;endFill=0;strokeColor=#666666;exitX=0;exitY=0.5;exitDx=0;exitDy=0;entryX=1;entryY=0.5;entryDx=0;entryDy=0;" target="V7DRn1bYesRj_FAgbpVT-10" value="">
          <mxGeometry height="50" relative="1" width="50" as="geometry">
            <mxPoint x="884" y="652" as="sourcePoint" />
            <mxPoint x="934" y="602" as="targetPoint" />
+           </mxGeometry>
+         </mxCell>
+         <mxCell id="V7DRn1bYesRj_FAgbpVT-17" edge="1" parent="1" source="V7DRn1bYesRj_FAgbpVT-10" style="endArrow=openThin;html=1;rounded=0;strokeWidth=0.75;endFill=0;strokeColor=#666666;entryX=0.296;entryY=0.028;entryDx=0;entryDy=0;entryPerimeter=0;exitX=0.5;exitY=1;exitDx=0;exitDy=0;" target="V7DRn1bYesRj_FAgbpVT-11" value="">
+           <mxGeometry height="50" relative="1" width="50" as="geometry">
+             <mxPoint x="845" y="614" as="sourcePoint" />
+             <mxPoint x="895" y="564" as="targetPoint" />
+           </mxGeometry>
+         </mxCell>
+         <mxCell id="V7DRn1bYesRj_FAgbpVT-18" parent="1" style="text;html=1;whiteSpace=wrap;strokeColor=none;fillColor=none;align=center;verticalAlign=middle;rounded=0;fontFamily=Comic Sans MS;fontSize=10;" value="&lt;span style=&quot;background-color: rgb(204, 255, 204);&quot;&gt;training data&lt;/span&gt;" vertex="1">
+           <mxGeometry height="15" width="60" x="1065" y="641" as="geometry" />
+         </mxCell>
+         <mxCell id="V7DRn1bYesRj_FAgbpVT-19" parent="1" style="text;html=1;whiteSpace=wrap;strokeColor=none;fillColor=none;align=center;verticalAlign=middle;rounded=0;fontFamily=Comic Sans MS;fontSize=10;" value="&lt;span style=&quot;background-color: rgb(255, 230, 204);&quot;&gt;validation data&lt;/span&gt;" vertex="1">
+           <mxGeometry height="15" width="69" x="1122" y="641" as="geometry" />
+         </mxCell>
+         <mxCell id="V7DRn1bYesRj_FAgbpVT-20" edge="1" parent="1" source="V7DRn1bYesRj_FAgbpVT-7" style="endArrow=blockThin;html=1;rounded=0;strokeColor=#808080;endFill=1;strokeWidth=0.65;exitX=0.5;exitY=1;exitDx=0;exitDy=0;entryX=0.5;entryY=0;entryDx=0;entryDy=0;dashed=1;" target="V7DRn1bYesRj_FAgbpVT-19" value="">
+           <mxGeometry height="50" relative="1" width="50" as="geometry">
+             <mxPoint x="1039" y="571" as="sourcePoint" />
+             <mxPoint x="1014" y="531" as="targetPoint" />
+           </mxGeometry>
+         </mxCell>
+         <mxCell id="V7DRn1bYesRj_FAgbpVT-21" edge="1" parent="1" source="V7DRn1bYesRj_FAgbpVT-7" style="endArrow=blockThin;html=1;rounded=0;strokeColor=#808080;endFill=1;strokeWidth=0.65;exitX=0.5;exitY=1;exitDx=0;exitDy=0;entryX=0.5;entryY=0;entryDx=0;entryDy=0;dashed=1;" target="V7DRn1bYesRj_FAgbpVT-18" value="">
+           <mxGeometry height="50" relative="1" width="50" as="geometry">
+             <mxPoint x="1039" y="571" as="sourcePoint" />
+             <mxPoint x="1014" y="531" as="targetPoint" />
+           </mxGeometry>
+         </mxCell>
+         <mxCell id="V7DRn1bYesRj_FAgbpVT-22" parent="1" style="text;html=1;whiteSpace=wrap;strokeColor=none;fillColor=none;align=center;verticalAlign=middle;rounded=0;fontFamily=Comic Sans MS;fontSize=10;" value="&lt;span style=&quot;background-color: rgb(204, 229, 255);&quot;&gt;Supervised Learning&lt;/span&gt;" vertex="1">
+           <mxGeometry height="18" width="100" x="1160" y="711" as="geometry" />
+         </mxCell>
+         <mxCell id="V7DRn1bYesRj_FAgbpVT-23" parent="1" style="text;html=1;whiteSpace=wrap;strokeColor=none;fillColor=none;align=center;verticalAlign=middle;rounded=0;fontFamily=Comic Sans MS;fontSize=10;" value="&lt;span style=&quot;background-color: rgb(204, 255, 204);&quot;&gt;Unsupervised Learning&lt;/span&gt;" vertex="1">
+           <mxGeometry height="21" width="112" x="1160" y="739" as="geometry" />
+         </mxCell>
+         <mxCell id="V7DRn1bYesRj_FAgbpVT-24" parent="1" style="text;html=1;whiteSpace=wrap;strokeColor=none;fillColor=none;align=center;verticalAlign=middle;rounded=0;fontFamily=Comic Sans MS;fontSize=10;" value="&lt;span style=&quot;background-color: rgb(255, 204, 204);&quot;&gt;Reinforcement Learning&lt;/span&gt;" vertex="1">
+           <mxGeometry height="19" width="118" x="1160" y="770" as="geometry" />
+         </mxCell>
+         <mxCell id="V7DRn1bYesRj_FAgbpVT-25" parent="1" style="text;html=1;whiteSpace=wrap;strokeColor=none;fillColor=none;align=center;verticalAlign=middle;rounded=0;fontFamily=Comic Sans MS;fontSize=10;" value="&lt;span style=&quot;background-color: rgb(255, 255, 204);&quot;&gt;Neural Networks &amp;amp; Deep Learning&lt;/span&gt;" vertex="1">
+           <mxGeometry height="18" width="160" x="1160" y="806" as="geometry" />
+         </mxCell>
+         <mxCell id="V7DRn1bYesRj_FAgbpVT-26" edge="1" parent="1" source="V7DRn1bYesRj_FAgbpVT-8" style="endArrow=blockThin;html=1;rounded=0;strokeColor=#808080;endFill=1;strokeWidth=0.5;exitX=0.25;exitY=1;exitDx=0;exitDy=0;entryX=0;entryY=0.5;entryDx=0;entryDy=0;" target="V7DRn1bYesRj_FAgbpVT-22" value="">
+           <mxGeometry height="50" relative="1" width="50" as="geometry">
+             <Array as="points">
+               <mxPoint x="1121" y="720" />
+             </Array>
+             <mxPoint x="1103" y="744" as="sourcePoint" />
+             <mxPoint x="1207" y="654" as="targetPoint" />
+           </mxGeometry>
+         </mxCell>
+         <mxCell id="V7DRn1bYesRj_FAgbpVT-27" edge="1" parent="1" source="V7DRn1bYesRj_FAgbpVT-8" style="endArrow=blockThin;html=1;rounded=0;strokeColor=#808080;endFill=1;strokeWidth=0.5;entryX=0;entryY=0.5;entryDx=0;entryDy=0;exitX=0.25;exitY=1;exitDx=0;exitDy=0;" target="V7DRn1bYesRj_FAgbpVT-23" value="">
+           <mxGeometry height="50" relative="1" width="50" as="geometry">
+             <Array as="points">
+               <mxPoint x="1121" y="750" />
+             </Array>
+             <mxPoint x="1120" y="690" as="sourcePoint" />
+             <mxPoint x="1194" y="650" as="targetPoint" />
+           </mxGeometry>
+         </mxCell>
+         <mxCell id="V7DRn1bYesRj_FAgbpVT-28" edge="1" parent="1" source="V7DRn1bYesRj_FAgbpVT-8" style="endArrow=blockThin;html=1;rounded=0;strokeColor=#808080;endFill=1;strokeWidth=0.5;exitX=0.25;exitY=1;exitDx=0;exitDy=0;entryX=0;entryY=0.5;entryDx=0;entryDy=0;" target="V7DRn1bYesRj_FAgbpVT-24" value="">
+           <mxGeometry height="50" relative="1" width="50" as="geometry">
+             <Array as="points">
+               <mxPoint x="1121" y="780" />
+             </Array>
+             <mxPoint x="1110" y="790" as="sourcePoint" />
+             <mxPoint x="1214" y="700" as="targetPoint" />
+           </mxGeometry>
+         </mxCell>
+         <mxCell id="V7DRn1bYesRj_FAgbpVT-31" edge="1" parent="1" source="V7DRn1bYesRj_FAgbpVT-8" style="endArrow=blockThin;html=1;rounded=0;strokeColor=#808080;endFill=1;strokeWidth=0.5;exitX=0.25;exitY=1;exitDx=0;exitDy=0;entryX=0;entryY=0.5;entryDx=0;entryDy=0;" target="V7DRn1bYesRj_FAgbpVT-25" value="">
+           <mxGeometry height="50" relative="1" width="50" as="geometry">
+             <Array as="points">
+               <mxPoint x="1121" y="815" />
+             </Array>
+             <mxPoint x="1070" y="790" as="sourcePoint" />
+             <mxPoint x="1174" y="700" as="targetPoint" />
          </mxGeometry>
        </mxCell>
      </root>
    </mxGraphModel>
  </diagram>
</mxfile>
